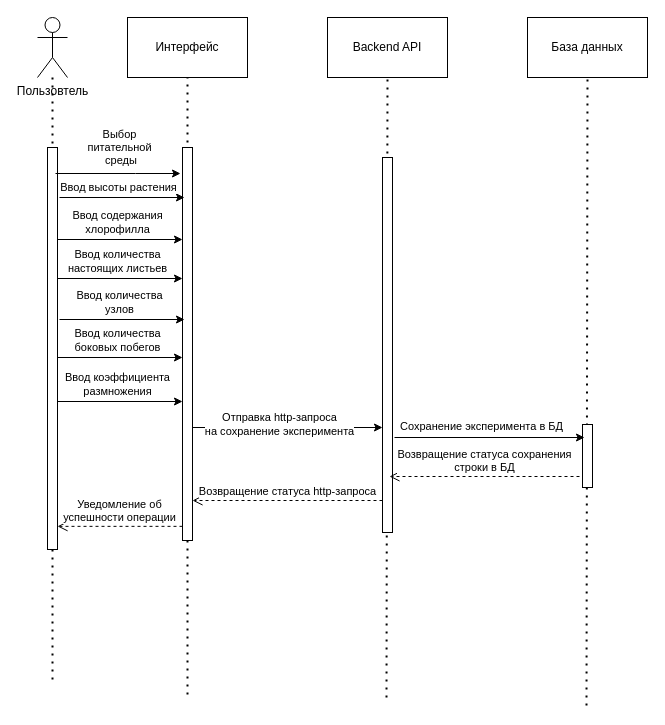
Before: sequence_input-experiments.drawio in eva01pilot/plant-tissue-diagrams, a draw.io diagram. Source tidied: cells renumbered, new cells numbered last; positions are measured from the earlier drawing's top-left corner, leaving out a move shared by most shapes. Both pictures are drawn from the tidied source at 100%, with x=0, y=0 at pixel (37, 17).
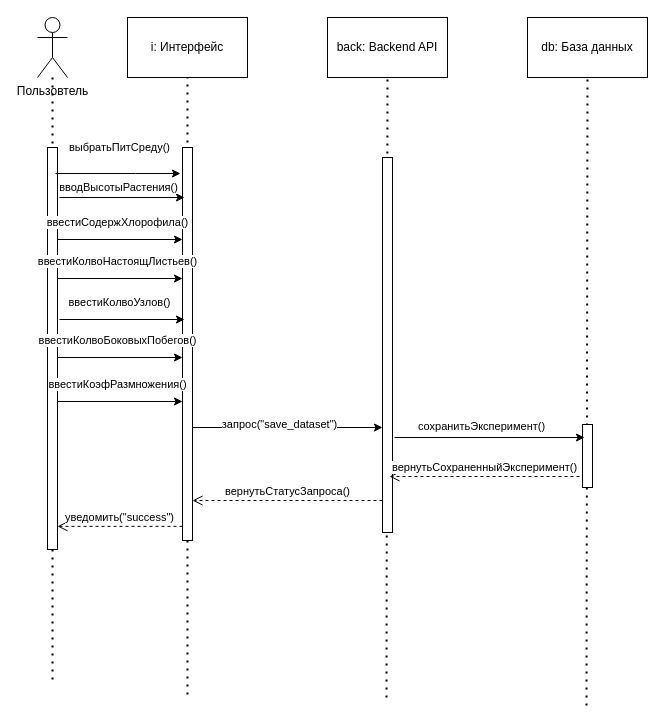
Above is the later version.

The change refers to these unchanged cells:
```xml
<mxCell id="8" style="html=1;points=[[0,0,0,0,5],[0,1,0,0,-5],[1,0,0,0,5],[1,1,0,0,-5]];perimeter=orthogonalPerimeter;outlineConnect=0;targetShapes=umlLifeline;portConstraint=eastwest;newEdgeStyle={&quot;curved&quot;:0,&quot;rounded&quot;:0};" parent="1" vertex="1">
  <mxGeometry x="10" y="130" width="10" height="402" as="geometry" />
</mxCell>
<mxCell id="9" style="html=1;points=[[0,0,0,0,5],[0,1,0,0,-5],[1,0,0,0,5],[1,1,0,0,-5]];perimeter=orthogonalPerimeter;outlineConnect=0;targetShapes=umlLifeline;portConstraint=eastwest;newEdgeStyle={&quot;curved&quot;:0,&quot;rounded&quot;:0};" parent="1" vertex="1">
  <mxGeometry x="145" y="130" width="10" height="393" as="geometry" />
</mxCell>
<mxCell id="14" style="endArrow=classic;html=1;rounded=0;" parent="1" edge="1">
  <mxGeometry relative="1" as="geometry">
    <mxPoint x="18" y="156" as="sourcePoint" />
    <mxPoint x="143" y="156" as="targetPoint" />
    <Array as="points">
      <mxPoint x="98" y="156" />
    </Array>
  </mxGeometry>
</mxCell>
<mxCell id="16" style="endArrow=classic;html=1;rounded=0;" parent="1" edge="1">
  <mxGeometry relative="1" as="geometry">
    <mxPoint x="22" y="180" as="sourcePoint" />
    <mxPoint x="147" y="180" as="targetPoint" />
  </mxGeometry>
</mxCell>
<mxCell id="18" style="endArrow=classic;html=1;rounded=0;" parent="1" edge="1">
  <mxGeometry relative="1" as="geometry">
    <mxPoint x="20" y="222" as="sourcePoint" />
    <mxPoint x="145" y="222" as="targetPoint" />
  </mxGeometry>
</mxCell>
<mxCell id="20" style="endArrow=classic;html=1;rounded=0;" parent="1" edge="1">
  <mxGeometry relative="1" as="geometry">
    <mxPoint x="20" y="261" as="sourcePoint" />
    <mxPoint x="145" y="261" as="targetPoint" />
  </mxGeometry>
</mxCell>
<mxCell id="22" style="endArrow=classic;html=1;rounded=0;" parent="1" edge="1">
  <mxGeometry relative="1" as="geometry">
    <mxPoint x="22" y="302" as="sourcePoint" />
    <mxPoint x="147" y="302" as="targetPoint" />
  </mxGeometry>
</mxCell>
<mxCell id="24" style="endArrow=classic;html=1;rounded=0;" parent="1" edge="1">
  <mxGeometry relative="1" as="geometry">
    <mxPoint x="20" y="340" as="sourcePoint" />
    <mxPoint x="145" y="340" as="targetPoint" />
  </mxGeometry>
</mxCell>
<mxCell id="26" style="endArrow=classic;html=1;rounded=0;" parent="1" edge="1">
  <mxGeometry relative="1" as="geometry">
    <mxPoint x="20" y="384" as="sourcePoint" />
    <mxPoint x="145" y="384" as="targetPoint" />
  </mxGeometry>
</mxCell>
<mxCell id="28" style="endArrow=classic;html=1;rounded=0;" parent="1" edge="1" target="11">
  <mxGeometry relative="1" as="geometry">
    <mxPoint x="155" y="410" as="sourcePoint" />
  </mxGeometry>
</mxCell>
<mxCell id="30" style="endArrow=classic;html=1;rounded=0;" parent="1" edge="1">
  <mxGeometry relative="1" as="geometry">
    <mxPoint x="357" y="420" as="sourcePoint" />
    <mxPoint x="547" y="420" as="targetPoint" />
  </mxGeometry>
</mxCell>
```

The edit, as a diff of the source:
```diff
@@
-    <mxCell id="7" value="Интерфейс" style="rounded=0;whiteSpace=wrap;html=1;" parent="1" vertex="1">
+    <mxCell id="7" value="i: Интерфейс" style="rounded=0;whiteSpace=wrap;html=1;" parent="1" vertex="1">
       <mxGeometry x="90" width="120" height="60" as="geometry" />
     </mxCell>
@@
-    <mxCell id="10" value="Backend API" style="rounded=0;whiteSpace=wrap;html=1;" parent="1" vertex="1">
+    <mxCell id="10" value="back: Backend API" style="rounded=0;whiteSpace=wrap;html=1;" parent="1" vertex="1">
       <mxGeometry x="290" width="120" height="60" as="geometry" />
     </mxCell>
@@
-    <mxCell id="12" value="База данных" style="rounded=0;whiteSpace=wrap;html=1;" parent="1" vertex="1">
+    <mxCell id="12" value="db: База данных" style="rounded=0;whiteSpace=wrap;html=1;" parent="1" vertex="1">
       <mxGeometry x="490" width="120" height="60" as="geometry" />
     </mxCell>
@@
-    <mxCell id="15" value="&lt;div&gt;Выбор&lt;/div&gt;&lt;div&gt;питательной&lt;/div&gt;&lt;div&gt;&amp;nbsp;среды&lt;br&gt;&lt;/div&gt;" style="edgeLabel;html=1;align=center;verticalAlign=middle;" parent="14" vertex="1">
+    <mxCell id="15" value="выбратьПитСреду()" style="edgeLabel;html=1;align=center;verticalAlign=middle;" parent="14" vertex="1">
       <mxGeometry x="-0.11" relative="1" as="geometry">
         <mxPoint x="7" y="-27" as="offset" />
       </mxGeometry>
     </mxCell>
@@
-    <mxCell id="17" value="Ввод высоты растения" style="edgeLabel;html=1;align=center;verticalAlign=middle;" parent="16" vertex="1">
+    <mxCell id="17" value="вводВысотыРастения()" style="edgeLabel;html=1;align=center;verticalAlign=middle;" parent="16" vertex="1">
       <mxGeometry x="0.41" y="3" relative="1" as="geometry">
         <mxPoint x="-30" y="-8" as="offset" />
       </mxGeometry>
     </mxCell>
@@
-    <mxCell id="19" value="&lt;div&gt;Ввод содержания&lt;/div&gt;&lt;div&gt;хлорофилла&lt;br&gt;&lt;/div&gt;" style="edgeLabel;html=1;align=center;verticalAlign=middle;" parent="18" vertex="1">
+    <mxCell id="19" value="ввестиСодержХлорофила()" style="edgeLabel;html=1;align=center;verticalAlign=middle;" parent="18" vertex="1">
       <mxGeometry x="0.41" y="3" relative="1" as="geometry">
         <mxPoint x="-29" y="-15" as="offset" />
       </mxGeometry>
     </mxCell>
@@
-    <mxCell id="21" value="&lt;div&gt;Ввод количества &lt;br&gt;&lt;/div&gt;&lt;div&gt;настоящих листьев&lt;br&gt;&lt;/div&gt;" style="edgeLabel;html=1;align=center;verticalAlign=middle;" parent="20" vertex="1">
+    <mxCell id="21" value="ввестиКолвоНастоящЛистьев()" style="edgeLabel;html=1;align=center;verticalAlign=middle;" parent="20" vertex="1">
       <mxGeometry x="0.41" y="3" relative="1" as="geometry">
         <mxPoint x="-29" y="-15" as="offset" />
       </mxGeometry>
     </mxCell>
@@
-    <mxCell id="23" value="&lt;div&gt;Ввод количества &lt;br&gt;&lt;/div&gt;&lt;div&gt;узлов&lt;br&gt;&lt;/div&gt;" style="edgeLabel;html=1;align=center;verticalAlign=middle;" parent="22" vertex="1">
+    <mxCell id="23" value="ввестиКолвоУзлов()" style="edgeLabel;html=1;align=center;verticalAlign=middle;" parent="22" vertex="1">
       <mxGeometry x="0.41" y="3" relative="1" as="geometry">
         <mxPoint x="-29" y="-15" as="offset" />
       </mxGeometry>
     </mxCell>
@@
-    <mxCell id="25" value="&lt;div&gt;Ввод количества &lt;br&gt;&lt;/div&gt;&lt;div&gt;боковых побегов&lt;br&gt;&lt;/div&gt;" style="edgeLabel;html=1;align=center;verticalAlign=middle;" parent="24" vertex="1">
+    <mxCell id="25" value="ввестиКолвоБоковыхПобегов()" style="edgeLabel;html=1;align=center;verticalAlign=middle;" parent="24" vertex="1">
       <mxGeometry x="0.41" y="3" relative="1" as="geometry">
         <mxPoint x="-29" y="-15" as="offset" />
       </mxGeometry>
     </mxCell>
@@
-    <mxCell id="27" value="&lt;div&gt;Ввод коэффициента&lt;/div&gt;&lt;div&gt;размножения&lt;br&gt;&lt;/div&gt;" style="edgeLabel;html=1;align=center;verticalAlign=middle;" parent="26" vertex="1">
+    <mxCell id="27" value="ввестиКоэфРазмножения()" style="edgeLabel;html=1;align=center;verticalAlign=middle;" parent="26" vertex="1">
       <mxGeometry x="0.41" y="3" relative="1" as="geometry">
         <mxPoint x="-29" y="-15" as="offset" />
       </mxGeometry>
     </mxCell>
@@
-    <mxCell id="29" value="&lt;div&gt;Отправка http-запроса&lt;/div&gt;&lt;div&gt;на сохранение эксперимента&lt;br&gt;&lt;/div&gt;" style="edgeLabel;html=1;align=center;verticalAlign=middle;" parent="28" vertex="1">
+    <mxCell id="29" value="запрос(&quot;save_dataset&quot;)" style="edgeLabel;html=1;align=center;verticalAlign=middle;" parent="28" vertex="1">
       <mxGeometry x="-0.09" y="4" relative="1" as="geometry" />
     </mxCell>
@@
-    <mxCell id="31" value="Сохранение эксперимента в БД" style="edgeLabel;html=1;align=center;verticalAlign=middle;" parent="30" vertex="1">
+    <mxCell id="31" value="сохранитьЭксперимент()" style="edgeLabel;html=1;align=center;verticalAlign=middle;" parent="30" vertex="1">
       <mxGeometry x="-0.38" y="-1" relative="1" as="geometry">
         <mxPoint x="27" y="-13" as="offset" />
       </mxGeometry>
     </mxCell>
-    <mxCell id="32" value="&lt;div&gt;Возвращение статуса сохранения &lt;br&gt;&lt;/div&gt;&lt;div&gt;строки в БД&lt;br&gt;&lt;/div&gt;" style="html=1;verticalAlign=bottom;endArrow=open;dashed=1;endSize=8;curved=0;rounded=0;" parent="1" edge="1">
+    <mxCell id="32" value="вернутьСохраненныйЭксперимент()" style="html=1;verticalAlign=bottom;endArrow=open;dashed=1;endSize=8;curved=0;rounded=0;" parent="1" edge="1">
       <mxGeometry relative="1" as="geometry">
         <mxPoint x="542" y="459" as="sourcePoint" />
         <mxPoint x="352" y="459" as="targetPoint" />
       </mxGeometry>
     </mxCell>
-    <mxCell id="33" value="Возвращение статуса http-запроса" style="html=1;verticalAlign=bottom;endArrow=open;dashed=1;endSize=8;curved=0;rounded=0;" parent="1" edge="1">
+    <mxCell id="33" value="вернутьСтатусЗапроса()" style="html=1;verticalAlign=bottom;endArrow=open;dashed=1;endSize=8;curved=0;rounded=0;" parent="1" edge="1">
       <mxGeometry relative="1" as="geometry">
         <mxPoint x="345" y="483" as="sourcePoint" />
         <mxPoint x="155" y="483" as="targetPoint" />
       </mxGeometry>
     </mxCell>
-    <mxCell id="34" value="&lt;div&gt;Уведомление об&lt;/div&gt;&lt;div&gt;успешности операции&lt;br&gt;&lt;/div&gt;" style="html=1;verticalAlign=bottom;endArrow=open;dashed=1;endSize=8;curved=0;rounded=0;exitX=0;exitY=0.964;exitDx=0;exitDy=0;exitPerimeter=0;" parent="1" edge="1" source="9" target="8">
+    <mxCell id="34" value="уведомить(&quot;success&quot;)" style="html=1;verticalAlign=bottom;endArrow=open;dashed=1;endSize=8;curved=0;rounded=0;exitX=0;exitY=0.964;exitDx=0;exitDy=0;exitPerimeter=0;" parent="1" edge="1" source="9" target="8">
       <mxGeometry relative="1" as="geometry" />
     </mxCell>
```
